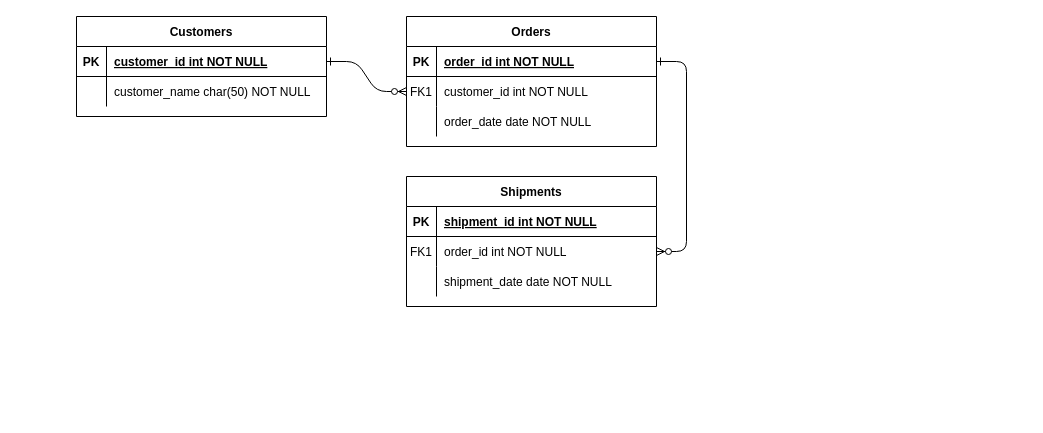
The draw.io diagram Public Fasility Report Management.drawio in jabbar-hafizh/sistem-lapor, before the edit. Source tidied: cells renumbered, new cells numbered last; positions are measured from the earlier drawing's top-left corner, leaving out a move shared by most shapes. Both pictures are drawn from the tidied source at 100%, with x=0, y=0 at pixel (76, 16).
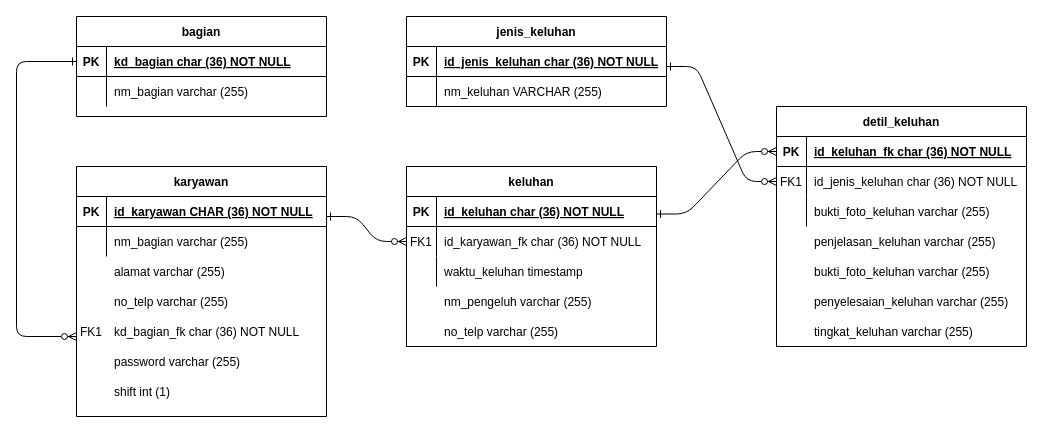
After the change.

Unchanged cells that the change refers to:
```xml
<mxCell id="15" style="shape=partialRectangle;fillColor=none;top=0;left=0;right=0;bottom=1;" parent="14" vertex="1">
  <mxGeometry y="30" width="250" height="30" as="geometry" />
</mxCell>
<mxCell id="18" style="shape=partialRectangle;fillColor=none;points=[[0,0.5],[1,0.5]];portConstraint=eastwest;top=0;left=0;right=0;bottom=0;" parent="14" vertex="1">
  <mxGeometry y="60" width="250" height="30" as="geometry" />
</mxCell>
<mxCell id="21" style="shape=partialRectangle;fillColor=none;top=0;left=0;right=0;bottom=0;" parent="14" vertex="1">
  <mxGeometry y="90" width="250" height="30" as="geometry" />
</mxCell>
<mxCell id="25" style="shape=partialRectangle;fillColor=none;points=[[0,0.5],[1,0.5]];portConstraint=eastwest;top=0;left=0;right=0;bottom=1;" parent="24" vertex="1">
  <mxGeometry y="30" width="250" height="30" as="geometry" />
</mxCell>
<mxCell id="28" style="shape=partialRectangle;fillColor=none;top=0;left=0;right=0;bottom=0;" parent="24" vertex="1">
  <mxGeometry y="60" width="250" height="30" as="geometry" />
</mxCell>
```

Diff of the diagram source:
```diff
@@
-    <mxCell id="2" style="edgeStyle=entityRelationEdgeStyle;endArrow=ERzeroToMany;startArrow=ERone;endFill=1;startFill=0;" parent="1" edge="1" source="25" target="8">
-      <mxGeometry relative="1" as="geometry" />
-    </mxCell>
-    <mxCell id="3" style="edgeStyle=entityRelationEdgeStyle;endArrow=ERzeroToMany;startArrow=ERone;endFill=1;startFill=0;" parent="1" edge="1" source="5" target="18">
-      <mxGeometry relative="1" as="geometry" />
-    </mxCell>
-    <mxCell id="4" value="Orders" style="shape=table;startSize=30;childLayout=tableLayout;rowLines=0;fontStyle=1;align=center;" parent="1" vertex="1">
-      <mxGeometry x="330" width="250" height="130" as="geometry" />
+    <mxCell id="4" value="jenis_keluhan" style="shape=table;startSize=30;childLayout=tableLayout;rowLines=0;fontStyle=1;align=center;" parent="1" vertex="1">
+      <mxGeometry x="330" width="260" height="90" as="geometry" />
     </mxCell>
     <mxCell id="5" style="shape=partialRectangle;fillColor=none;points=[[0,0.5],[1,0.5]];portConstraint=eastwest;top=0;left=0;right=0;bottom=1;" parent="4" vertex="1">
-      <mxGeometry y="30" width="250" height="30" as="geometry" />
+      <mxGeometry y="30" width="260" height="30" as="geometry" />
     </mxCell>
@@
-    <mxCell id="7" value="order_id int NOT NULL " style="shape=partialRectangle;overflow=hidden;fillColor=none;top=0;left=0;bottom=0;right=0;align=left;spacingLeft=6;fontStyle=5;" parent="5" vertex="1">
-      <mxGeometry x="30" width="220" height="30" as="geometry" />
+    <mxCell id="7" value="id_jenis_keluhan char (36) NOT NULL" style="shape=partialRectangle;overflow=hidden;fillColor=none;top=0;left=0;bottom=0;right=0;align=left;spacingLeft=6;fontStyle=5;" parent="5" vertex="1">
+      <mxGeometry x="30" width="230" height="30" as="geometry" />
     </mxCell>
     <mxCell id="8" style="shape=partialRectangle;fillColor=none;points=[[0,0.5],[1,0.5]];portConstraint=eastwest;top=0;left=0;right=0;bottom=0;" parent="4" vertex="1">
-      <mxGeometry y="60" width="250" height="30" as="geometry" />
+      <mxGeometry y="60" width="260" height="30" as="geometry" />
     </mxCell>
-    <mxCell id="9" value="FK1" style="shape=partialRectangle;overflow=hidden;fillColor=none;top=0;left=0;bottom=0;right=0;" parent="8" vertex="1">
+    <mxCell id="9" style="shape=partialRectangle;overflow=hidden;fillColor=none;top=0;left=0;bottom=0;right=0;" parent="8" vertex="1">
       <mxGeometry width="30" height="30" as="geometry" />
     </mxCell>
-    <mxCell id="10" value="customer_id int NOT NULL" style="shape=partialRectangle;overflow=hidden;fillColor=none;top=0;left=0;bottom=0;right=0;align=left;spacingLeft=6;" parent="8" vertex="1">
-      <mxGeometry x="30" width="220" height="30" as="geometry" />
+    <mxCell id="10" value="nm_keluhan VARCHAR (255)" style="shape=partialRectangle;overflow=hidden;fillColor=none;top=0;left=0;bottom=0;right=0;align=left;spacingLeft=6;" parent="8" vertex="1">
+      <mxGeometry x="30" width="230" height="30" as="geometry" />
     </mxCell>
-    <mxCell id="11" style="shape=partialRectangle;fillColor=none;top=0;left=0;right=0;bottom=0;" parent="4" vertex="1">
-      <mxGeometry y="90" width="250" height="30" as="geometry" />
-    </mxCell>
-    <mxCell id="12" style="shape=partialRectangle;overflow=hidden;fillColor=none;top=0;left=0;bottom=0;right=0;" parent="11" vertex="1">
-      <mxGeometry width="30" height="30" as="geometry" />
-    </mxCell>
-    <mxCell id="13" value="order_date date NOT NULL" style="shape=partialRectangle;overflow=hidden;fillColor=none;top=0;left=0;bottom=0;right=0;align=left;spacingLeft=6;" parent="11" vertex="1">
-      <mxGeometry x="30" width="220" height="30" as="geometry" />
-    </mxCell>
-    <mxCell id="14" value="Shipments" style="shape=table;startSize=30;childLayout=tableLayout;rowLines=0;fontStyle=1;align=center;" parent="1" vertex="1">
-      <mxGeometry x="330" y="160" width="250" height="130" as="geometry" />
+    <mxCell id="14" value="keluhan" style="shape=table;startSize=30;childLayout=tableLayout;rowLines=0;fontStyle=1;align=center;" parent="1" vertex="1">
+      <mxGeometry x="330" y="150" width="250" height="180" as="geometry" />
     </mxCell>
@@
-    <mxCell id="17" value="shipment_id int NOT NULL " style="shape=partialRectangle;overflow=hidden;fillColor=none;top=0;left=0;bottom=0;right=0;align=left;spacingLeft=6;fontStyle=5;" parent="15" vertex="1">
+    <mxCell id="17" value="id_keluhan char (36) NOT NULL" style="shape=partialRectangle;overflow=hidden;fillColor=none;top=0;left=0;bottom=0;right=0;align=left;spacingLeft=6;fontStyle=5;" parent="15" vertex="1">
       <mxGeometry x="30" width="220" height="30" as="geometry" />
     </mxCell>
@@
-    <mxCell id="20" value="order_id int NOT NULL" style="shape=partialRectangle;overflow=hidden;fillColor=none;top=0;left=0;bottom=0;right=0;align=left;spacingLeft=6;" parent="18" vertex="1">
+    <mxCell id="20" value="id_karyawan_fk char (36) NOT NULL" style="shape=partialRectangle;overflow=hidden;fillColor=none;top=0;left=0;bottom=0;right=0;align=left;spacingLeft=6;" parent="18" vertex="1">
       <mxGeometry x="30" width="220" height="30" as="geometry" />
     </mxCell>
@@
-    <mxCell id="23" value="shipment_date date NOT NULL" style="shape=partialRectangle;overflow=hidden;fillColor=none;top=0;left=0;bottom=0;right=0;align=left;spacingLeft=6;" parent="21" vertex="1">
+    <mxCell id="23" value="waktu_keluhan timestamp" style="shape=partialRectangle;overflow=hidden;fillColor=none;top=0;left=0;bottom=0;right=0;align=left;spacingLeft=6;" parent="21" vertex="1">
       <mxGeometry x="30" width="220" height="30" as="geometry" />
     </mxCell>
-    <mxCell id="24" value="Customers" style="shape=table;startSize=30;childLayout=tableLayout;rowLines=0;fontStyle=1;align=center;" parent="1" vertex="1">
+    <mxCell id="24" value="bagian" style="shape=table;startSize=30;childLayout=tableLayout;rowLines=0;fontStyle=1;align=center;" parent="1" vertex="1">
       <mxGeometry width="250" height="100" as="geometry" />
     </mxCell>
@@
-    <mxCell id="27" value="customer_id int NOT NULL " style="shape=partialRectangle;overflow=hidden;fillColor=none;top=0;left=0;bottom=0;right=0;align=left;spacingLeft=6;fontStyle=5;" parent="25" vertex="1">
+    <mxCell id="27" value="kd_bagian char (36) NOT NULL" style="shape=partialRectangle;overflow=hidden;fillColor=none;top=0;left=0;bottom=0;right=0;align=left;spacingLeft=6;fontStyle=5;" parent="25" vertex="1">
       <mxGeometry x="30" width="220" height="30" as="geometry" />
     </mxCell>
@@
-    <mxCell id="30" value="customer_name char(50) NOT NULL" style="shape=partialRectangle;overflow=hidden;fillColor=none;top=0;left=0;bottom=0;right=0;align=left;spacingLeft=6;" parent="28" vertex="1">
+    <mxCell id="30" value="nm_bagian varchar (255) " style="shape=partialRectangle;overflow=hidden;fillColor=none;top=0;left=0;bottom=0;right=0;align=left;spacingLeft=6;" parent="28" vertex="1">
       <mxGeometry x="30" width="220" height="30" as="geometry" />
     </mxCell>
+    <mxCell id="31" style="endArrow=ERzeroToMany;startArrow=ERone;endFill=1;startFill=0;exitX=0;exitY=0.5;exitDx=0;exitDy=0;edgeStyle=orthogonalEdgeStyle;" parent="1" edge="1" source="25">
+      <mxGeometry relative="1" as="geometry">
+        <mxPoint y="320" as="targetPoint" />
+        <Array as="points">
+          <mxPoint x="-60" y="45" />
+          <mxPoint x="-60" y="320" />
+        </Array>
+      </mxGeometry>
+    </mxCell>
+    <mxCell id="32" style="group;" parent="1" vertex="1">
+      <mxGeometry y="150" width="250" height="250" as="geometry" />
+    </mxCell>
+    <mxCell id="33" value="karyawan" style="shape=table;startSize=30;childLayout=tableLayout;rowLines=0;fontStyle=1;align=center;" parent="32" vertex="1">
+      <mxGeometry width="250" height="250" as="geometry" />
+    </mxCell>
+    <mxCell id="34" style="shape=partialRectangle;fillColor=none;top=0;left=0;right=0;bottom=1;" parent="33" vertex="1">
+      <mxGeometry y="30" width="250" height="30" as="geometry" />
+    </mxCell>
+    <mxCell id="35" value="PK" style="shape=partialRectangle;overflow=hidden;fillColor=none;top=0;left=0;bottom=0;right=0;fontStyle=1;" parent="34" vertex="1">
+      <mxGeometry width="30" height="30" as="geometry" />
+    </mxCell>
+    <mxCell id="36" value="id_karyawan CHAR (36) NOT NULL" style="shape=partialRectangle;overflow=hidden;fillColor=none;top=0;left=0;bottom=0;right=0;align=left;spacingLeft=6;fontStyle=5;" parent="34" vertex="1">
+      <mxGeometry x="30" width="220" height="30" as="geometry" />
+    </mxCell>
+    <mxCell id="37" style="shape=partialRectangle;fillColor=none;top=0;left=0;right=0;bottom=0;" parent="33" vertex="1">
+      <mxGeometry y="60" width="250" height="30" as="geometry" />
+    </mxCell>
+    <mxCell id="38" style="shape=partialRectangle;overflow=hidden;fillColor=none;top=0;left=0;bottom=0;right=0;" parent="37" vertex="1">
+      <mxGeometry width="30" height="30" as="geometry" />
+    </mxCell>
+    <mxCell id="39" value="nm_bagian varchar (255) " style="shape=partialRectangle;overflow=hidden;fillColor=none;top=0;left=0;bottom=0;right=0;align=left;spacingLeft=6;" parent="37" vertex="1">
+      <mxGeometry x="30" width="220" height="30" as="geometry" />
+    </mxCell>
+    <mxCell id="40" value="alamat varchar (255) " style="shape=partialRectangle;overflow=hidden;fillColor=none;top=0;left=0;bottom=0;right=0;align=left;spacingLeft=6;" parent="32" vertex="1">
+      <mxGeometry x="30" y="90" width="220" height="30" as="geometry" />
+    </mxCell>
+    <mxCell id="41" value="no_telp varchar (255) " style="shape=partialRectangle;overflow=hidden;fillColor=none;top=0;left=0;bottom=0;right=0;align=left;spacingLeft=6;" parent="32" vertex="1">
+      <mxGeometry x="30" y="120" width="220" height="30" as="geometry" />
+    </mxCell>
+    <mxCell id="42" value="kd_bagian_fk char (36) NOT NULL" style="shape=partialRectangle;overflow=hidden;fillColor=none;top=0;left=0;bottom=0;right=0;align=left;spacingLeft=6;" parent="32" vertex="1">
+      <mxGeometry x="30" y="150" width="220" height="30" as="geometry" />
+    </mxCell>
+    <mxCell id="43" value="password varchar (255)" style="shape=partialRectangle;overflow=hidden;fillColor=none;top=0;left=0;bottom=0;right=0;align=left;spacingLeft=6;" parent="32" vertex="1">
+      <mxGeometry x="30" y="180" width="220" height="30" as="geometry" />
+    </mxCell>
+    <mxCell id="44" value="shift int (1)" style="shape=partialRectangle;overflow=hidden;fillColor=none;top=0;left=0;bottom=0;right=0;align=left;spacingLeft=6;" parent="32" vertex="1">
+      <mxGeometry x="30" y="210" width="220" height="30" as="geometry" />
+    </mxCell>
+    <mxCell id="45" value="FK1" style="shape=partialRectangle;overflow=hidden;fillColor=none;top=0;left=0;bottom=0;right=0;" parent="32" vertex="1">
+      <mxGeometry y="150" width="30" height="30" as="geometry" />
+    </mxCell>
+    <mxCell id="46" value="nm_pengeluh varchar (255)" style="shape=partialRectangle;overflow=hidden;fillColor=none;top=0;left=0;bottom=0;right=0;align=left;spacingLeft=6;" parent="1" vertex="1">
+      <mxGeometry x="360" y="270" width="220" height="30" as="geometry" />
+    </mxCell>
+    <mxCell id="47" value="no_telp varchar (255)" style="shape=partialRectangle;overflow=hidden;fillColor=none;top=0;left=0;bottom=0;right=0;align=left;spacingLeft=6;" parent="1" vertex="1">
+      <mxGeometry x="360" y="300" width="220" height="30" as="geometry" />
+    </mxCell>
+    <mxCell id="48" style="edgeStyle=entityRelationEdgeStyle;endArrow=ERzeroToMany;startArrow=ERone;endFill=1;startFill=0;entryX=0;entryY=0.5;entryDx=0;entryDy=0;" parent="1" edge="1" target="18">
+      <mxGeometry relative="1" as="geometry">
+        <mxPoint x="250" y="200" as="sourcePoint" />
+      </mxGeometry>
+    </mxCell>
+    <mxCell id="49" value="detil_keluhan" style="shape=table;startSize=30;childLayout=tableLayout;rowLines=0;fontStyle=1;align=center;" parent="1" vertex="1">
+      <mxGeometry x="700" y="90" width="250" height="240" as="geometry" />
+    </mxCell>
+    <mxCell id="50" style="shape=partialRectangle;fillColor=none;points=[[0,0.5],[1,0.5]];portConstraint=eastwest;top=0;left=0;right=0;bottom=1;" parent="49" vertex="1">
+      <mxGeometry y="30" width="250" height="30" as="geometry" />
+    </mxCell>
+    <mxCell id="51" value="PK" style="shape=partialRectangle;overflow=hidden;fillColor=none;top=0;left=0;bottom=0;right=0;fontStyle=1;" parent="50" vertex="1">
+      <mxGeometry width="30" height="30" as="geometry" />
+    </mxCell>
+    <mxCell id="52" value="id_keluhan_fk char (36) NOT NULL" style="shape=partialRectangle;overflow=hidden;fillColor=none;top=0;left=0;bottom=0;right=0;align=left;spacingLeft=6;fontStyle=5;" parent="50" vertex="1">
+      <mxGeometry x="30" width="220" height="30" as="geometry" />
+    </mxCell>
+    <mxCell id="53" style="shape=partialRectangle;fillColor=none;points=[[0,0.5],[1,0.5]];portConstraint=eastwest;top=0;left=0;right=0;bottom=0;" parent="49" vertex="1">
+      <mxGeometry y="60" width="250" height="30" as="geometry" />
+    </mxCell>
+    <mxCell id="54" value="FK1" style="shape=partialRectangle;overflow=hidden;fillColor=none;top=0;left=0;bottom=0;right=0;" parent="53" vertex="1">
+      <mxGeometry width="30" height="30" as="geometry" />
+    </mxCell>
+    <mxCell id="55" value="id_jenis_keluhan char (36) NOT NULL" style="shape=partialRectangle;overflow=hidden;fillColor=none;top=0;left=0;bottom=0;right=0;align=left;spacingLeft=6;" parent="53" vertex="1">
+      <mxGeometry x="30" width="220" height="30" as="geometry" />
+    </mxCell>
+    <mxCell id="11" style="shape=partialRectangle;fillColor=none;top=0;left=0;right=0;bottom=0;" parent="49" vertex="1">
+      <mxGeometry y="90" width="250" height="30" as="geometry" />
+    </mxCell>
+    <mxCell id="56" style="shape=partialRectangle;overflow=hidden;fillColor=none;top=0;left=0;bottom=0;right=0;" parent="11" vertex="1">
+      <mxGeometry width="30" height="30" as="geometry" />
+    </mxCell>
+    <mxCell id="57" value="bukti_foto_keluhan varchar (255)" style="shape=partialRectangle;overflow=hidden;fillColor=none;top=0;left=0;bottom=0;right=0;align=left;spacingLeft=6;" parent="11" vertex="1">
+      <mxGeometry x="30" width="220" height="30" as="geometry" />
+    </mxCell>
+    <mxCell id="58" value="penjelasan_keluhan varchar (255)" style="shape=partialRectangle;overflow=hidden;fillColor=none;top=0;left=0;bottom=0;right=0;align=left;spacingLeft=6;" parent="1" vertex="1">
+      <mxGeometry x="730" y="210" width="220" height="30" as="geometry" />
+    </mxCell>
+    <mxCell id="59" value="bukti_foto_keluhan varchar (255)" style="shape=partialRectangle;overflow=hidden;fillColor=none;top=0;left=0;bottom=0;right=0;align=left;spacingLeft=6;" parent="1" vertex="1">
+      <mxGeometry x="730" y="240" width="220" height="30" as="geometry" />
+    </mxCell>
+    <mxCell id="60" value="penyelesaian_keluhan varchar (255)" style="shape=partialRectangle;overflow=hidden;fillColor=none;top=0;left=0;bottom=0;right=0;align=left;spacingLeft=6;" parent="1" vertex="1">
+      <mxGeometry x="730" y="270" width="220" height="30" as="geometry" />
+    </mxCell>
+    <mxCell id="61" value="tingkat_keluhan varchar (255)" style="shape=partialRectangle;overflow=hidden;fillColor=none;top=0;left=0;bottom=0;right=0;align=left;spacingLeft=6;" parent="1" vertex="1">
+      <mxGeometry x="730" y="300" width="220" height="30" as="geometry" />
+    </mxCell>
+    <mxCell id="62" style="edgeStyle=entityRelationEdgeStyle;endArrow=ERzeroToMany;startArrow=ERone;endFill=1;startFill=0;entryX=0;entryY=0.5;entryDx=0;entryDy=0;" parent="1" edge="1" target="50">
+      <mxGeometry relative="1" as="geometry">
+        <mxPoint x="580" y="197.5" as="sourcePoint" />
+      </mxGeometry>
+    </mxCell>
+    <mxCell id="63" style="edgeStyle=entityRelationEdgeStyle;endArrow=ERzeroToMany;startArrow=ERone;endFill=1;startFill=0;entryX=0;entryY=0.5;entryDx=0;entryDy=0;" parent="1" edge="1" target="53">
+      <mxGeometry relative="1" as="geometry">
+        <mxPoint x="590" y="50" as="sourcePoint" />
+      </mxGeometry>
+    </mxCell>
```
